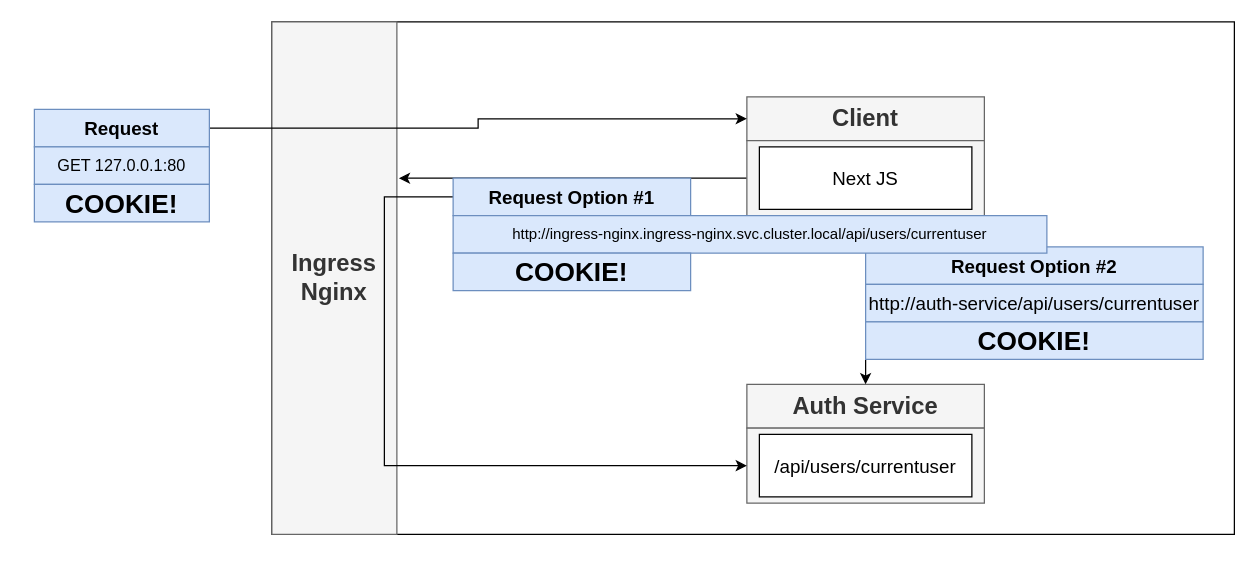
HappySuzuki/microservices-cast keeps this draw.io diagram as page "15 - cookie" (13 of 26) of diagrams/05/08.drawio. Above is the earlier version. Source tidied: cells renumbered, new cells numbered last; positions are measured from the earlier drawing's top-left corner, leaving out a move shared by most shapes. Both pictures are drawn from the tidied source at 125%, with x=0, y=0 at pixel (34, 21).
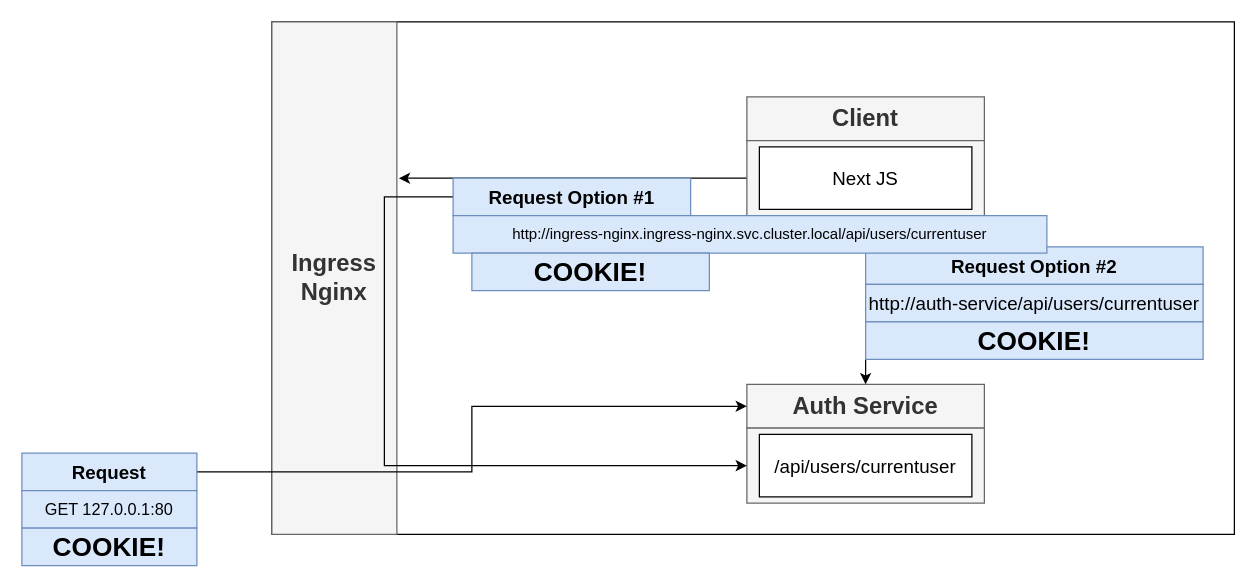
Above is the later version.

Unchanged cells that the change refers to:
```xml
<mxCell id="3" value="Auth Service" style="rounded=0;whiteSpace=wrap;html=1;fillColor=#f5f5f5;strokeColor=#666666;fontColor=#333333;fontStyle=1;fontSize=19;" parent="1" vertex="1">
  <mxGeometry x="570" y="290" width="190" height="35" as="geometry" />
</mxCell>
<mxCell id="7" value="Client" style="rounded=0;whiteSpace=wrap;html=1;fillColor=#f5f5f5;strokeColor=#666666;fontColor=#333333;fontStyle=1;fontSize=19;" parent="1" vertex="1">
  <mxGeometry x="570" y="60" width="190" height="35" as="geometry" />
</mxCell>
```

What changed in the source:
```diff
@@
-    <mxCell id="17" style="edgeStyle=orthogonalEdgeStyle;rounded=0;jettySize=auto;html=1;exitX=1;exitY=0.5;exitDx=0;exitDy=0;fontSize=12;" parent="1" edge="1" source="18" target="7">
-      <mxGeometry relative="1" as="geometry" />
-    </mxCell>
+    <mxCell id="23" style="edgeStyle=orthogonalEdgeStyle;rounded=0;jettySize=auto;html=1;exitX=1;exitY=0.5;exitDx=0;exitDy=0;entryX=0;entryY=0.5;entryDx=0;entryDy=0;fontSize=17;" parent="1" edge="1" source="18" target="3">
+      <mxGeometry relative="1" as="geometry" />
+    </mxCell>
     <mxCell id="18" value="Request" style="rounded=0;whiteSpace=wrap;html=1;fontSize=15;fillColor=#dae8fc;strokeColor=#6c8ebf;fontStyle=1;" parent="1" vertex="1">
-      <mxGeometry y="70" width="140" height="30" as="geometry" />
+      <mxGeometry x="-10" y="345" width="140" height="30" as="geometry" />
     </mxCell>
     <mxCell id="19" value="&lt;span style=&quot;font-weight: 400&quot;&gt;GET 127.0.0.1:80&lt;/span&gt;" style="rounded=0;whiteSpace=wrap;html=1;fontSize=13;fillColor=#dae8fc;strokeColor=#6c8ebf;fontStyle=1;" parent="1" vertex="1">
-      <mxGeometry y="100" width="140" height="30" as="geometry" />
+      <mxGeometry x="-10" y="375" width="140" height="30" as="geometry" />
     </mxCell>
     <mxCell id="20" value="COOKIE!" style="rounded=0;whiteSpace=wrap;html=1;fontSize=21;fillColor=#dae8fc;strokeColor=#6c8ebf;fontStyle=1;" parent="1" vertex="1">
-      <mxGeometry y="130" width="140" height="30" as="geometry" />
+      <mxGeometry x="-10" y="405" width="140" height="30" as="geometry" />
     </mxCell>
     <mxCell id="21" value="COOKIE!" style="rounded=0;whiteSpace=wrap;html=1;fontSize=21;fillColor=#dae8fc;strokeColor=#6c8ebf;fontStyle=1;" parent="1" vertex="1">
-      <mxGeometry x="335" y="185" width="190" height="30" as="geometry" />
+      <mxGeometry x="350" y="185" width="190" height="30" as="geometry" />
     </mxCell>
```
